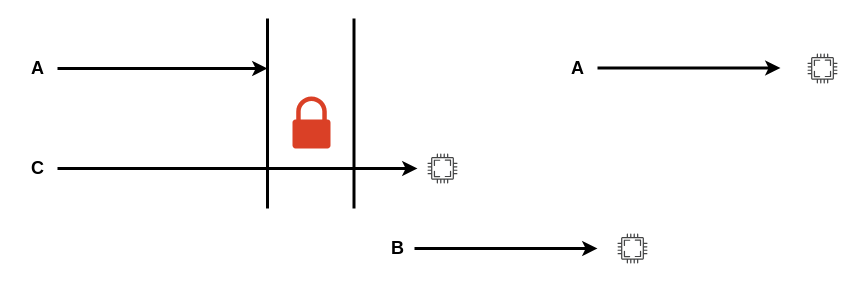
This is priority-scheduling.drawio from auula/draw.io, a draw.io file, before an edit. Source tidied: cells renumbered, new cells numbered last; positions are measured from the earlier drawing's top-left corner, leaving out a move shared by most shapes. Both pictures are drawn from the tidied source at 100%, with x=0, y=0 at pixel (17, 18).
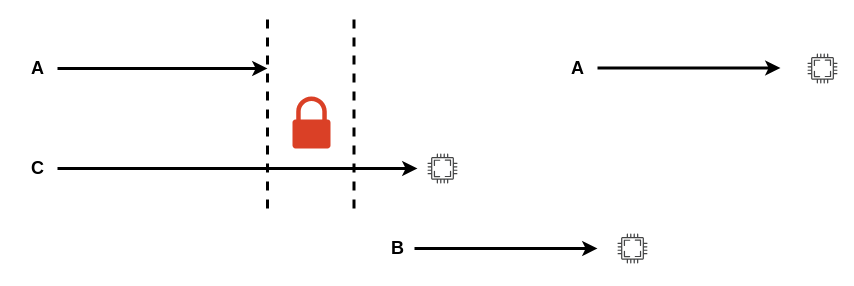
Above is the later version.

Diff of the diagram source:
```diff
@@
-    <mxCell id="8" style="endArrow=none;html=1;rounded=0;fontSize=18;strokeWidth=3;" parent="1" edge="1">
+    <mxCell id="8" style="endArrow=none;html=1;rounded=0;fontSize=18;strokeWidth=3;dashed=1;" parent="1" edge="1">
       <mxGeometry relative="1" as="geometry">
         <mxPoint x="250" y="190" as="sourcePoint" />
         <mxPoint x="250" as="targetPoint" />
       </mxGeometry>
     </mxCell>
@@
-    <mxCell id="10" style="endArrow=none;html=1;rounded=0;fontSize=18;strokeWidth=3;" parent="1" edge="1">
+    <mxCell id="10" style="endArrow=none;html=1;rounded=0;fontSize=18;strokeWidth=3;dashed=1;" parent="1" edge="1">
       <mxGeometry relative="1" as="geometry">
         <mxPoint x="336.5" y="190" as="sourcePoint" />
         <mxPoint x="336.5" as="targetPoint" />
       </mxGeometry>
     </mxCell>
```
